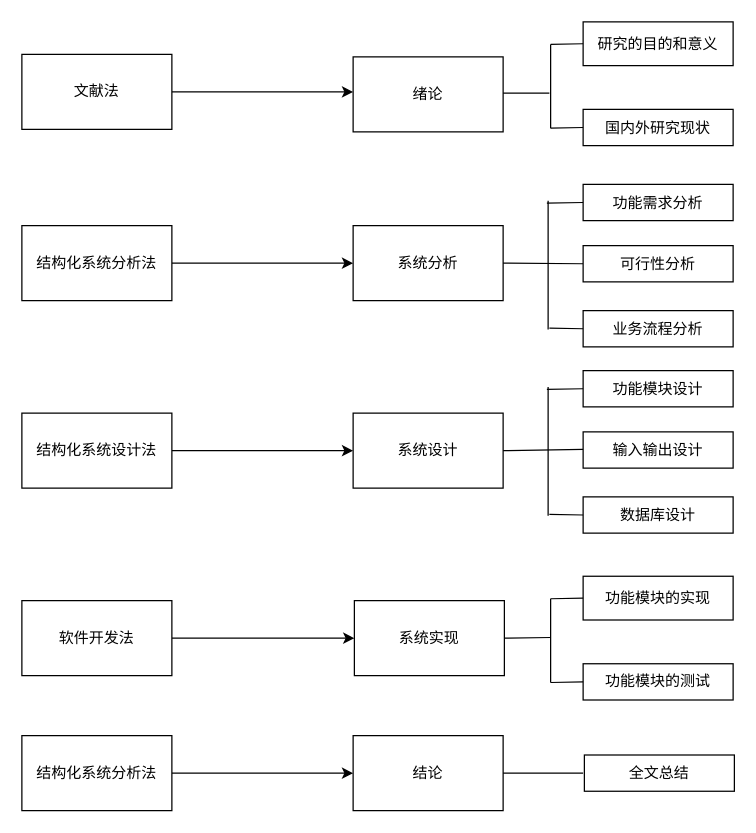
Earlier version of the draw.io diagram images/技术路线.drawio (biienu/draw-io). Source tidied: cells renumbered, new cells numbered last; positions are measured from the earlier drawing's top-left corner, leaving out a move shared by most shapes. Both pictures are drawn from the tidied source at 125%, with x=0, y=0 at pixel (21, 21).
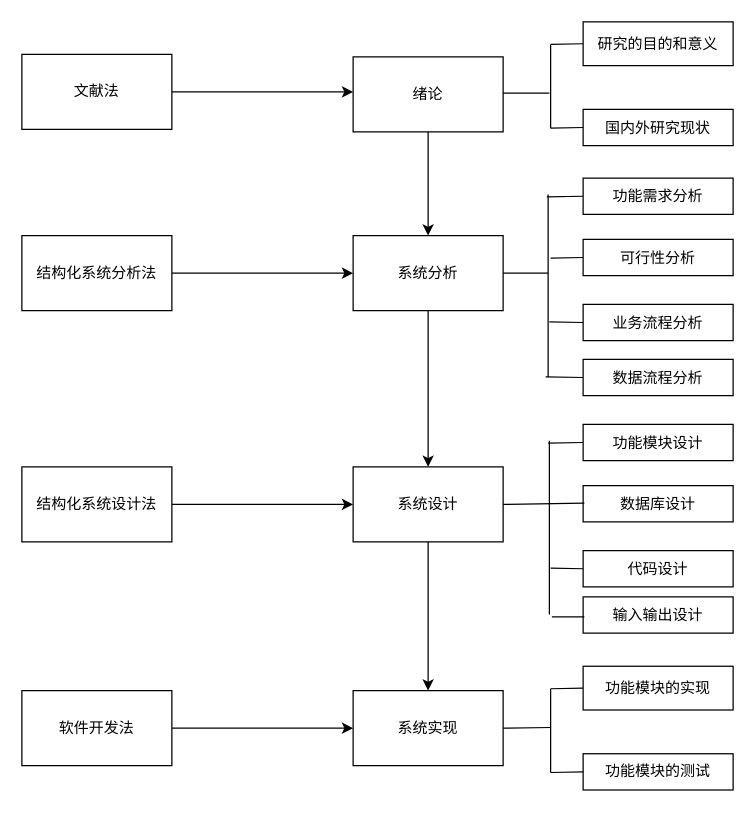
After the change.

The change refers to these unchanged cells:
```xml
<mxCell id="4" value="绪论" style="rounded=0;whiteSpace=wrap;html=1;" parent="1" vertex="1">
  <mxGeometry x="265" y="28" width="120" height="60" as="geometry" />
</mxCell>
```

The edit, as a diff of the source:
```diff
@@
+    <mxCell id="45" style="edgeStyle=orthogonalEdgeStyle;rounded=0;jettySize=auto;html=1;" parent="1" edge="1" source="4" target="11">
+      <mxGeometry relative="1" as="geometry" />
+    </mxCell>
@@
     <mxCell id="10" value="结构化系统分析法" style="rounded=0;whiteSpace=wrap;html=1;" parent="1" vertex="1">
-      <mxGeometry y="163" width="120" height="60" as="geometry" />
+      <mxGeometry y="171" width="120" height="60" as="geometry" />
     </mxCell>
+    <mxCell id="46" style="edgeStyle=orthogonalEdgeStyle;rounded=0;jettySize=auto;html=1;" parent="1" edge="1" source="11" target="23">
+      <mxGeometry relative="1" as="geometry" />
+    </mxCell>
     <mxCell id="11" value="系统分析" style="whiteSpace=wrap;html=1;rounded=0;" parent="1" vertex="1">
-      <mxGeometry x="265" y="163" width="120" height="60" as="geometry" />
+      <mxGeometry x="265" y="171" width="120" height="60" as="geometry" />
     </mxCell>
@@
-    <mxCell id="14" style="endArrow=none;html=1;rounded=0;exitX=1;exitY=0.5;exitDx=0;exitDy=0;entryX=0;entryY=0.5;entryDx=0;entryDy=0;" parent="1" edge="1" source="11" target="16">
-      <mxGeometry relative="1" as="geometry" />
+    <mxCell id="14" style="endArrow=none;html=1;rounded=0;exitX=1;exitY=0.5;exitDx=0;exitDy=0;" parent="1" edge="1" source="11">
+      <mxGeometry relative="1" as="geometry">
+        <mxPoint x="421" y="201" as="targetPoint" />
+      </mxGeometry>
     </mxCell>
     <mxCell id="15" value="功能需求分析" style="rounded=0;whiteSpace=wrap;html=1;" parent="1" vertex="1">
-      <mxGeometry x="449" y="130" width="120" height="29" as="geometry" />
+      <mxGeometry x="449" y="125" width="120" height="29" as="geometry" />
     </mxCell>
     <mxCell id="16" value="可行性分析" style="rounded=0;whiteSpace=wrap;html=1;" parent="1" vertex="1">
-      <mxGeometry x="449" y="179" width="120" height="29" as="geometry" />
+      <mxGeometry x="449" y="174" width="120" height="29" as="geometry" />
     </mxCell>
     <mxCell id="17" value="业务流程分析" style="rounded=0;whiteSpace=wrap;html=1;" parent="1" vertex="1">
-      <mxGeometry x="449" y="231" width="120" height="29" as="geometry" />
+      <mxGeometry x="449" y="226" width="120" height="29" as="geometry" />
     </mxCell>
     <mxCell id="18" style="endArrow=none;html=1;rounded=0;" parent="1" edge="1">
       <mxGeometry relative="1" as="geometry">
-        <mxPoint x="421" y="246" as="sourcePoint" />
-        <mxPoint x="421" y="143" as="targetPoint" />
+        <mxPoint x="421" y="284" as="sourcePoint" />
+        <mxPoint x="421" y="138" as="targetPoint" />
       </mxGeometry>
     </mxCell>
     <mxCell id="19" style="endArrow=none;html=1;rounded=0;entryX=0;entryY=0.5;entryDx=0;entryDy=0;" parent="1" edge="1" target="15">
       <mxGeometry relative="1" as="geometry">
-        <mxPoint x="420" y="145" as="sourcePoint" />
+        <mxPoint x="420" y="140" as="sourcePoint" />
       </mxGeometry>
     </mxCell>
     <mxCell id="20" style="endArrow=none;html=1;rounded=0;exitX=0;exitY=0.5;exitDx=0;exitDy=0;" parent="1" edge="1" source="17">
       <mxGeometry relative="1" as="geometry">
-        <mxPoint x="422" y="245" as="targetPoint" />
+        <mxPoint x="422" y="240" as="targetPoint" />
       </mxGeometry>
     </mxCell>
@@
     <mxCell id="22" value="结构化系统设计法" style="rounded=0;whiteSpace=wrap;html=1;" parent="1" vertex="1">
-      <mxGeometry y="313" width="120" height="60" as="geometry" />
+      <mxGeometry y="356" width="120" height="60" as="geometry" />
     </mxCell>
+    <mxCell id="47" style="edgeStyle=orthogonalEdgeStyle;rounded=0;jettySize=auto;html=1;" parent="1" edge="1" source="23" target="33">
+      <mxGeometry relative="1" as="geometry" />
+    </mxCell>
     <mxCell id="23" value="系统设计" style="whiteSpace=wrap;html=1;rounded=0;" parent="1" vertex="1">
-      <mxGeometry x="265" y="313" width="120" height="60" as="geometry" />
+      <mxGeometry x="265" y="356" width="120" height="60" as="geometry" />
     </mxCell>
     <mxCell id="24" value="功能模块设计" style="rounded=0;whiteSpace=wrap;html=1;" parent="1" vertex="1">
-      <mxGeometry x="449" y="279" width="120" height="29" as="geometry" />
+      <mxGeometry x="449" y="322" width="120" height="29" as="geometry" />
     </mxCell>
-    <mxCell id="25" value="输入输出设计" style="rounded=0;whiteSpace=wrap;html=1;" parent="1" vertex="1">
-      <mxGeometry x="449" y="328" width="120" height="29" as="geometry" />
+    <mxCell id="25" value="数据库设计" style="rounded=0;whiteSpace=wrap;html=1;" parent="1" vertex="1">
+      <mxGeometry x="449" y="371" width="120" height="29" as="geometry" />
     </mxCell>
-    <mxCell id="26" value="数据库设计" style="rounded=0;whiteSpace=wrap;html=1;" parent="1" vertex="1">
-      <mxGeometry x="449" y="380" width="120" height="29" as="geometry" />
+    <mxCell id="26" value="代码设计" style="rounded=0;whiteSpace=wrap;html=1;" parent="1" vertex="1">
+      <mxGeometry x="449" y="423" width="120" height="29" as="geometry" />
     </mxCell>
     <mxCell id="27" style="endArrow=none;html=1;rounded=0;" parent="1" edge="1">
       <mxGeometry relative="1" as="geometry">
-        <mxPoint x="421" y="395" as="sourcePoint" />
-        <mxPoint x="421" y="292" as="targetPoint" />
+        <mxPoint x="422" y="474" as="sourcePoint" />
+        <mxPoint x="422" y="335" as="targetPoint" />
       </mxGeometry>
     </mxCell>
     <mxCell id="28" style="endArrow=none;html=1;rounded=0;entryX=0;entryY=0.5;entryDx=0;entryDy=0;" parent="1" edge="1" target="24">
       <mxGeometry relative="1" as="geometry">
-        <mxPoint x="420" y="294" as="sourcePoint" />
+        <mxPoint x="421" y="337" as="sourcePoint" />
       </mxGeometry>
     </mxCell>
     <mxCell id="29" style="endArrow=none;html=1;rounded=0;exitX=0;exitY=0.5;exitDx=0;exitDy=0;" parent="1" edge="1" source="26">
       <mxGeometry relative="1" as="geometry">
-        <mxPoint x="422" y="394" as="targetPoint" />
+        <mxPoint x="423" y="437" as="targetPoint" />
       </mxGeometry>
     </mxCell>
     <mxCell id="30" style="endArrow=none;html=1;rounded=0;exitX=1;exitY=0.5;exitDx=0;exitDy=0;" parent="1" edge="1" source="23">
       <mxGeometry relative="1" as="geometry">
-        <mxPoint x="449" y="342" as="targetPoint" />
+        <mxPoint x="450" y="385" as="targetPoint" />
       </mxGeometry>
     </mxCell>
@@
     <mxCell id="32" value="软件开发法" style="rounded=0;whiteSpace=wrap;html=1;" parent="1" vertex="1">
-      <mxGeometry y="463" width="120" height="60" as="geometry" />
+      <mxGeometry y="535" width="120" height="60" as="geometry" />
     </mxCell>
     <mxCell id="33" value="系统实现" style="whiteSpace=wrap;html=1;rounded=0;" parent="1" vertex="1">
-      <mxGeometry x="266" y="463" width="120" height="60" as="geometry" />
+      <mxGeometry x="265" y="535" width="120" height="60" as="geometry" />
     </mxCell>
     <mxCell id="34" value="功能模块的测试" style="rounded=0;whiteSpace=wrap;html=1;" parent="1" vertex="1">
-      <mxGeometry x="449" y="513.5" width="120" height="29" as="geometry" />
+      <mxGeometry x="449" y="585.5" width="120" height="29" as="geometry" />
     </mxCell>
     <mxCell id="35" value="功能模块的实现" style="rounded=0;whiteSpace=wrap;html=1;" parent="1" vertex="1">
-      <mxGeometry x="449" y="443.5" width="120" height="35" as="geometry" />
+      <mxGeometry x="449" y="515.5" width="120" height="35" as="geometry" />
     </mxCell>
     <mxCell id="36" style="endArrow=none;html=1;rounded=0;" parent="1" edge="1">
       <mxGeometry relative="1" as="geometry">
-        <mxPoint x="423" y="528.5" as="sourcePoint" />
-        <mxPoint x="423" y="461.5" as="targetPoint" />
+        <mxPoint x="423" y="600.5" as="sourcePoint" />
+        <mxPoint x="423" y="533.5" as="targetPoint" />
       </mxGeometry>
     </mxCell>
     <mxCell id="37" style="endArrow=none;html=1;rounded=0;exitX=0;exitY=0.5;exitDx=0;exitDy=0;" parent="1" edge="1" source="34">
       <mxGeometry relative="1" as="geometry">
-        <mxPoint x="423" y="528.5" as="targetPoint" />
+        <mxPoint x="423" y="600.5" as="targetPoint" />
       </mxGeometry>
     </mxCell>
     <mxCell id="38" style="endArrow=none;html=1;rounded=0;entryX=0;entryY=0.5;entryDx=0;entryDy=0;" parent="1" edge="1" target="35">
       <mxGeometry relative="1" as="geometry">
-        <mxPoint x="423" y="461.5" as="sourcePoint" />
+        <mxPoint x="423" y="533.5" as="sourcePoint" />
       </mxGeometry>
     </mxCell>
     <mxCell id="39" style="endArrow=none;html=1;rounded=0;exitX=1;exitY=0.5;exitDx=0;exitDy=0;" parent="1" edge="1" source="33">
       <mxGeometry relative="1" as="geometry">
-        <mxPoint x="423" y="492.5" as="targetPoint" />
+        <mxPoint x="423" y="564.5" as="targetPoint" />
       </mxGeometry>
     </mxCell>
-    <mxCell id="40" style="edgeStyle=orthogonalEdgeStyle;rounded=0;jettySize=auto;html=1;" parent="1" edge="1" source="41" target="42">
-      <mxGeometry relative="1" as="geometry" />
-    </mxCell>
-    <mxCell id="41" value="结构化系统分析法" style="rounded=0;whiteSpace=wrap;html=1;" parent="1" vertex="1">
-      <mxGeometry y="571" width="120" height="60" as="geometry" />
-    </mxCell>
-    <mxCell id="42" value="结论" style="whiteSpace=wrap;html=1;rounded=0;" parent="1" vertex="1">
-      <mxGeometry x="265" y="571" width="120" height="60" as="geometry" />
-    </mxCell>
-    <mxCell id="43" value="全文总结" style="rounded=0;whiteSpace=wrap;html=1;" parent="1" vertex="1">
-      <mxGeometry x="450" y="586.5" width="120" height="29" as="geometry" />
-    </mxCell>
-    <mxCell id="44" style="endArrow=none;html=1;rounded=0;exitX=1;exitY=0.5;exitDx=0;exitDy=0;" parent="1" edge="1" source="42">
-      <mxGeometry relative="1" as="geometry">
-        <mxPoint x="449" y="601" as="targetPoint" />
-      </mxGeometry>
-    </mxCell>
+    <mxCell id="48" value="数据流程分析" style="rounded=0;whiteSpace=wrap;html=1;" parent="1" vertex="1">
+      <mxGeometry x="449" y="270" width="120" height="29" as="geometry" />
+    </mxCell>
+    <mxCell id="49" style="endArrow=none;html=1;rounded=0;entryX=0;entryY=0.5;entryDx=0;entryDy=0;" parent="1" edge="1" target="48">
+      <mxGeometry relative="1" as="geometry">
+        <mxPoint x="419" y="284" as="sourcePoint" />
+      </mxGeometry>
+    </mxCell>
+    <mxCell id="50" value="输入输出设计" style="rounded=0;whiteSpace=wrap;html=1;" parent="1" vertex="1">
+      <mxGeometry x="449" y="460" width="120" height="29" as="geometry" />
+    </mxCell>
+    <mxCell id="51" style="endArrow=none;html=1;rounded=0;entryX=0;entryY=0.5;entryDx=0;entryDy=0;" parent="1" edge="1" target="16">
+      <mxGeometry relative="1" as="geometry">
+        <mxPoint x="423" y="189" as="sourcePoint" />
+      </mxGeometry>
+    </mxCell>
+    <mxCell id="52" style="endArrow=none;html=1;rounded=0;" parent="1" edge="1">
+      <mxGeometry relative="1" as="geometry">
+        <mxPoint x="424" y="476" as="sourcePoint" />
+        <mxPoint x="450" y="476" as="targetPoint" />
+      </mxGeometry>
+    </mxCell>
```
